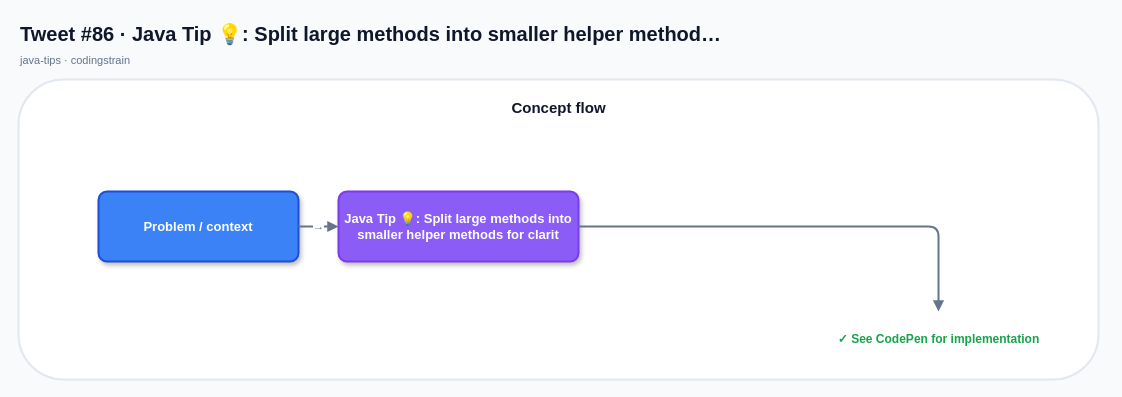
Before: x-posts-examples/generated-x-posts/drawio/tweet-86.drawio in mcasari/codingstrain, a draw.io diagram. Source tidied: cells renumbered, new cells numbered last; positions are measured from the earlier drawing's top-left corner, leaving out a move shared by most shapes. Both pictures are drawn from the tidied source at 100%, with x=0, y=0 at pixel (18, 17).
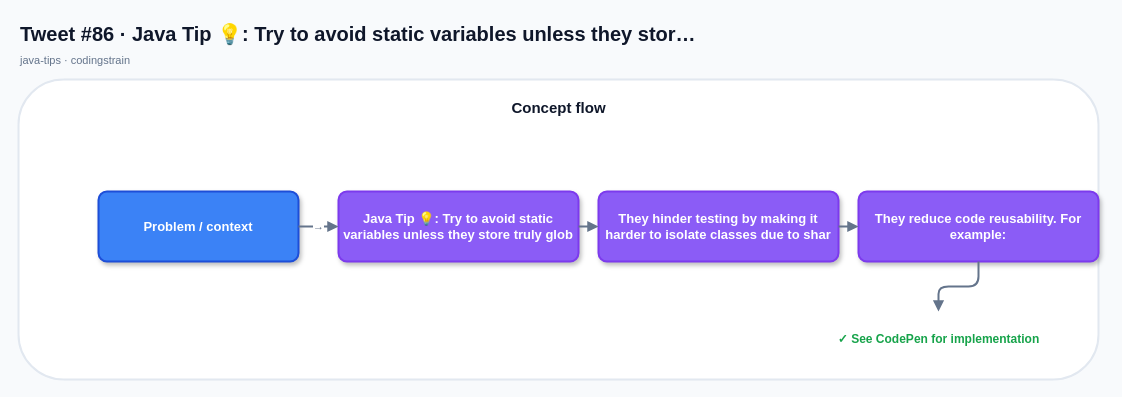
Above is the later version.

What changed in the source:
```diff
@@
 <mxGraphModel background="#F8FAFC">
   <root>
     <mxCell id="0" />
     <mxCell id="1" parent="0" />
-    <mxCell id="2" value="Tweet #86 · Java Tip 💡: Split large methods into smaller helper method…" style="text;html=1;strokeColor=none;fillColor=none;align=left;verticalAlign=middle;fontSize=20;fontStyle=1;fontColor=#0F172A;" parent="1" vertex="1">
+    <mxCell id="2" value="Tweet #86 · Java Tip 💡: Try to avoid static variables unless they stor…" style="text;html=1;strokeColor=none;fillColor=none;align=left;verticalAlign=middle;fontSize=20;fontStyle=1;fontColor=#0F172A;" parent="1" vertex="1">
       <mxGeometry width="760" height="32" as="geometry" />
     </mxCell>
     <mxCell id="3" value="java-tips · codingstrain" style="text;html=1;strokeColor=none;fillColor=none;align=left;verticalAlign=middle;fontSize=11;fontStyle=0;fontColor=#64748B;" parent="1" vertex="1">
       <mxGeometry y="32" width="520" height="22" as="geometry" />
     </mxCell>
     <mxCell id="4" style="rounded=1;fillColor=#FFFFFF;strokeColor=#E2E8F0;strokeWidth=2;shadow=0;" parent="1" vertex="1">
       <mxGeometry y="62" width="1080" height="300" as="geometry" />
     </mxCell>
     <mxCell id="5" value="Concept flow" style="text;html=1;strokeColor=none;fillColor=none;align=center;verticalAlign=middle;fontSize=15;fontStyle=1;fontColor=#0F172A;" parent="1" vertex="1">
       <mxGeometry x="20" y="76" width="1040" height="28" as="geometry" />
     </mxCell>
     <mxCell id="6" value="Problem / context" style="rounded=1;whiteSpace=wrap;html=1;arcSize=12;fillColor=#3B82F6;strokeColor=#1D4ED8;strokeWidth=2;fontColor=#FFFFFF;fontSize=13;fontStyle=1;shadow=1;align=center;verticalAlign=middle;" parent="1" vertex="1">
       <mxGeometry x="80" y="174" width="200" height="70" as="geometry" />
     </mxCell>
-    <mxCell id="7" value="Java Tip 💡: Split large methods into smaller helper methods for clarit" style="rounded=1;whiteSpace=wrap;html=1;arcSize=12;fillColor=#8B5CF6;strokeColor=#7C3AED;strokeWidth=2;fontColor=#FFFFFF;fontSize=13;fontStyle=1;shadow=1;align=center;verticalAlign=middle;" parent="1" vertex="1">
+    <mxCell id="7" value="Java Tip 💡: Try to avoid static variables unless they store truly glob" style="rounded=1;whiteSpace=wrap;html=1;arcSize=12;fillColor=#8B5CF6;strokeColor=#7C3AED;strokeWidth=2;fontColor=#FFFFFF;fontSize=13;fontStyle=1;shadow=1;align=center;verticalAlign=middle;" parent="1" vertex="1">
       <mxGeometry x="320" y="174" width="240" height="70" as="geometry" />
     </mxCell>
     <mxCell id="8" value="→" style="edgeStyle=orthogonalEdgeStyle;rounded=1;jettySize=auto;html=1;endArrow=block;endFill=1;startArrow=none;strokeColor=#64748B;strokeWidth=2;fontColor=#64748B;fontSize=11;" parent="1" edge="1" source="6" target="7">
       <mxGeometry relative="1" as="geometry" />
     </mxCell>
-    <mxCell id="9" value="✓ See CodePen for implementation" style="text;html=1;strokeColor=none;fillColor=none;align=center;verticalAlign=middle;fontSize=12;fontStyle=1;fontColor=#16A34A;" parent="1" vertex="1">
-      <mxGeometry x="800" y="294" width="240" height="56" as="geometry" />
+    <mxCell id="9" value="They hinder testing by making it harder to isolate classes due to shar" style="rounded=1;whiteSpace=wrap;html=1;arcSize=12;fillColor=#8B5CF6;strokeColor=#7C3AED;strokeWidth=2;fontColor=#FFFFFF;fontSize=13;fontStyle=1;shadow=1;align=center;verticalAlign=middle;" parent="1" vertex="1">
+      <mxGeometry x="580" y="174" width="240" height="70" as="geometry" />
     </mxCell>
     <mxCell id="10" style="edgeStyle=orthogonalEdgeStyle;rounded=1;jettySize=auto;html=1;endArrow=block;endFill=1;startArrow=none;strokeColor=#64748B;strokeWidth=2;fontColor=#64748B;fontSize=11;" parent="1" edge="1" source="7" target="9">
       <mxGeometry relative="1" as="geometry" />
     </mxCell>
+    <mxCell id="11" value="They reduce code reusability. For example:" style="rounded=1;whiteSpace=wrap;html=1;arcSize=12;fillColor=#8B5CF6;strokeColor=#7C3AED;strokeWidth=2;fontColor=#FFFFFF;fontSize=13;fontStyle=1;shadow=1;align=center;verticalAlign=middle;" parent="1" vertex="1">
+      <mxGeometry x="840" y="174" width="240" height="70" as="geometry" />
+    </mxCell>
+    <mxCell id="12" style="edgeStyle=orthogonalEdgeStyle;rounded=1;jettySize=auto;html=1;endArrow=block;endFill=1;startArrow=none;strokeColor=#64748B;strokeWidth=2;fontColor=#64748B;fontSize=11;" parent="1" edge="1" source="9" target="11">
+      <mxGeometry relative="1" as="geometry" />
+    </mxCell>
+    <mxCell id="13" value="✓ See CodePen for implementation" style="text;html=1;strokeColor=none;fillColor=none;align=center;verticalAlign=middle;fontSize=12;fontStyle=1;fontColor=#16A34A;" parent="1" vertex="1">
+      <mxGeometry x="800" y="294" width="240" height="56" as="geometry" />
+    </mxCell>
+    <mxCell id="14" style="edgeStyle=orthogonalEdgeStyle;rounded=1;jettySize=auto;html=1;endArrow=block;endFill=1;startArrow=none;strokeColor=#64748B;strokeWidth=2;fontColor=#64748B;fontSize=11;" parent="1" edge="1" source="11" target="13">
+      <mxGeometry relative="1" as="geometry" />
+    </mxCell>
   </root>
 </mxGraphModel>
```
